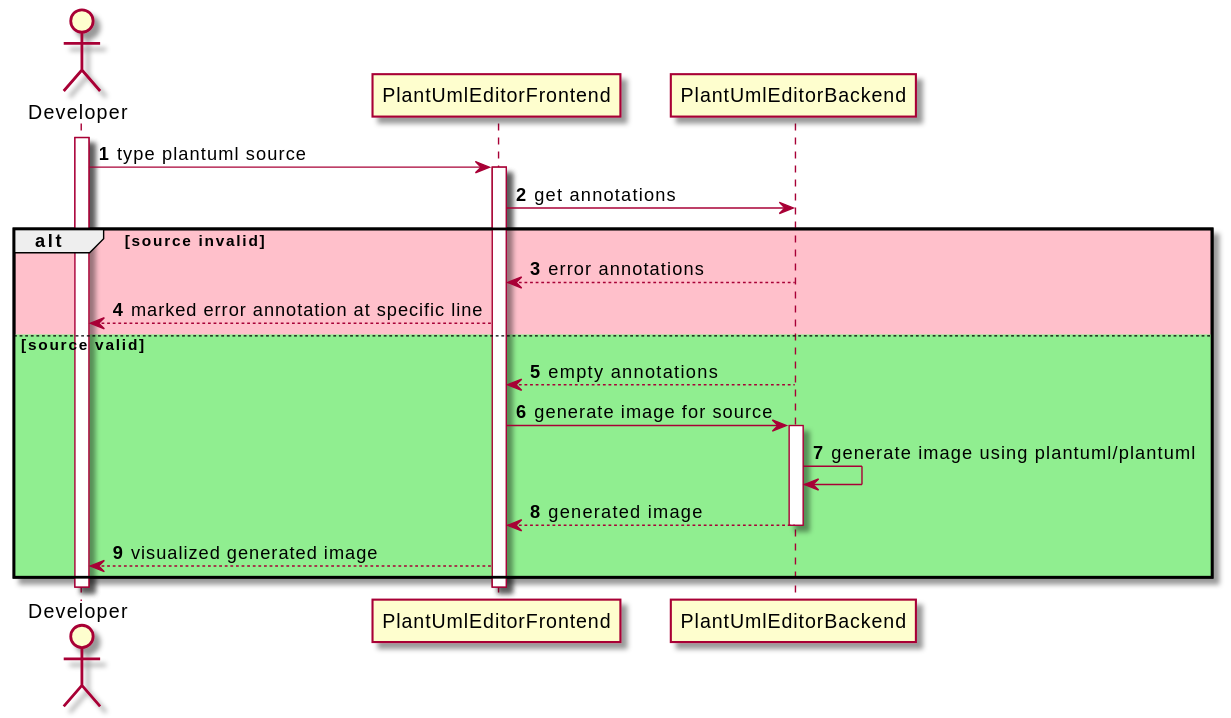
Hakenadu/plantuml-editor keeps this PlantUML diagram as misc/plantuml-editor.svg. Above is the earlier version. The source it was exported from:
```plantuml
@startuml

autonumber

actor Developer
participant PlantUmlEditorFrontend
participant PlantUmlEditorBackend

activate Developer
Developer -> PlantUmlEditorFrontend: type plantuml source

activate PlantUmlEditorFrontend
PlantUmlEditorFrontend -> PlantUmlEditorBackend: get annotations
alt #pink source invalid
    PlantUmlEditorBackend --> PlantUmlEditorFrontend: error annotations
    deactivate PlantUmlEditorBackend
    PlantUmlEditorFrontend --> Developer: marked error annotation at specific line
else #lightgreen source valid
    PlantUmlEditorBackend --> PlantUmlEditorFrontend: empty annotations
    deactivate PlantUmlEditorBackend
    PlantUmlEditorFrontend -> PlantUmlEditorBackend: generate image for source
    activate PlantUmlEditorBackend
    PlantUmlEditorBackend -> PlantUmlEditorBackend: generate image using plantuml/plantuml
    PlantUmlEditorBackend --> PlantUmlEditorFrontend: generated image
    deactivate PlantUmlEditorBackend
    PlantUmlEditorFrontend --> Developer: visualized generated image
end

deactivate PlantUmlEditorFrontend
deactivate Developer

@enduml
```
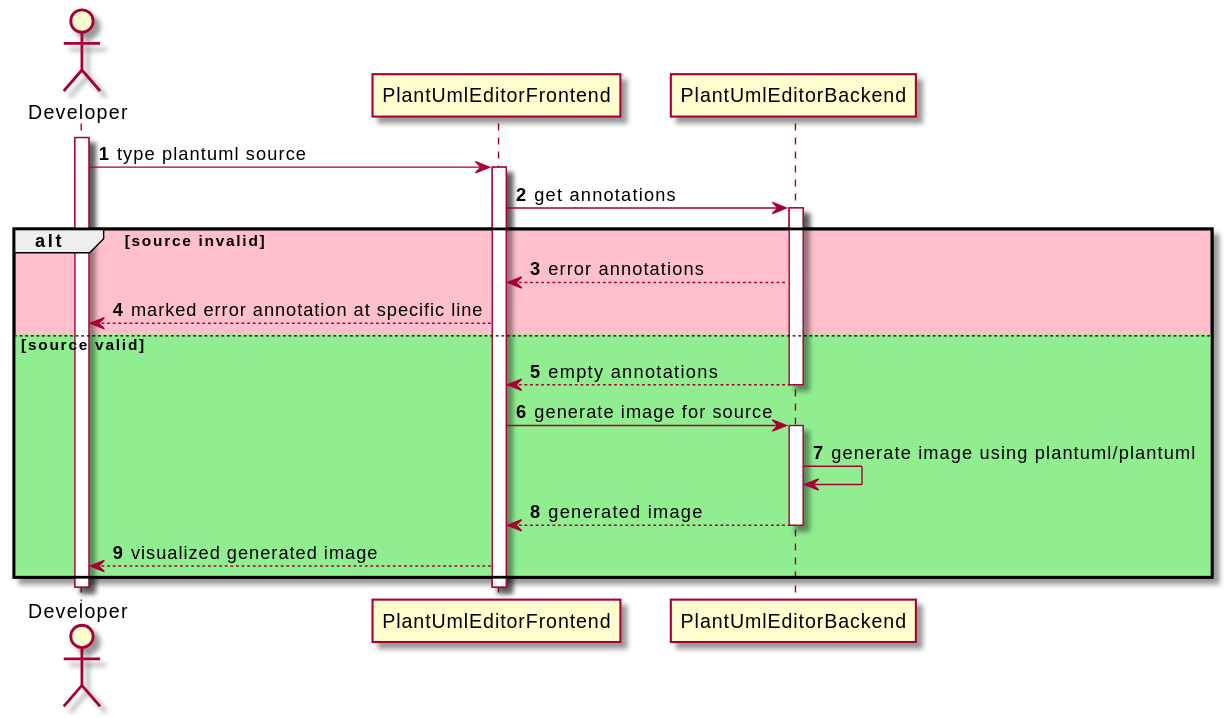
After the commit.

Commit message:
fix error in plantuml description img

The edit, as a diff of the source:
```diff
@@ -11,9 +11,11 @@
 
 activate PlantUmlEditorFrontend
 PlantUmlEditorFrontend -> PlantUmlEditorBackend: get annotations
+
+activate PlantUmlEditorBackend
+
 alt #pink source invalid
     PlantUmlEditorBackend --> PlantUmlEditorFrontend: error annotations
-    deactivate PlantUmlEditorBackend
     PlantUmlEditorFrontend --> Developer: marked error annotation at specific line
 else #lightgreen source valid
     PlantUmlEditorBackend --> PlantUmlEditorFrontend: empty annotations
```
